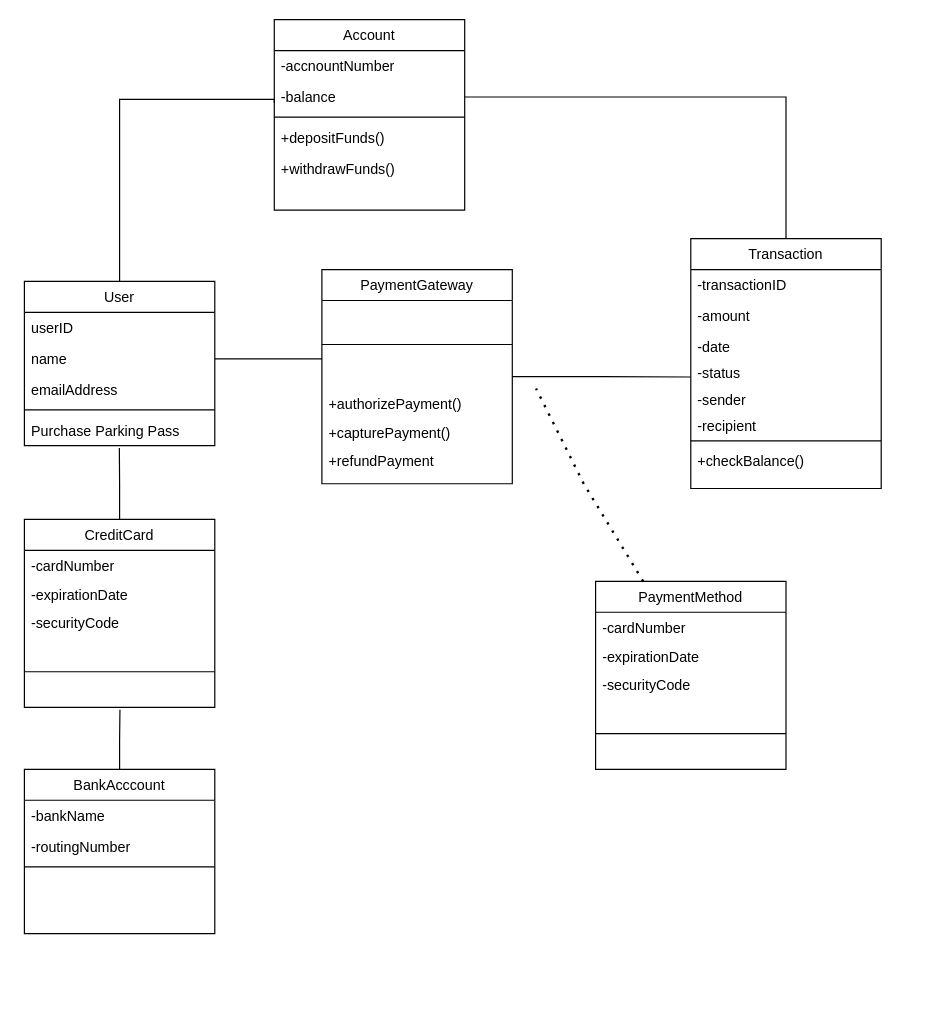
Before: designclassdiagram.drawio in LordDdanielHan/test, a draw.io diagram. Source tidied: cells renumbered, new cells numbered last; positions are measured from the earlier drawing's top-left corner, leaving out a move shared by most shapes. Both pictures are drawn from the tidied source at 119%, with x=0, y=0 at pixel (24, 19).
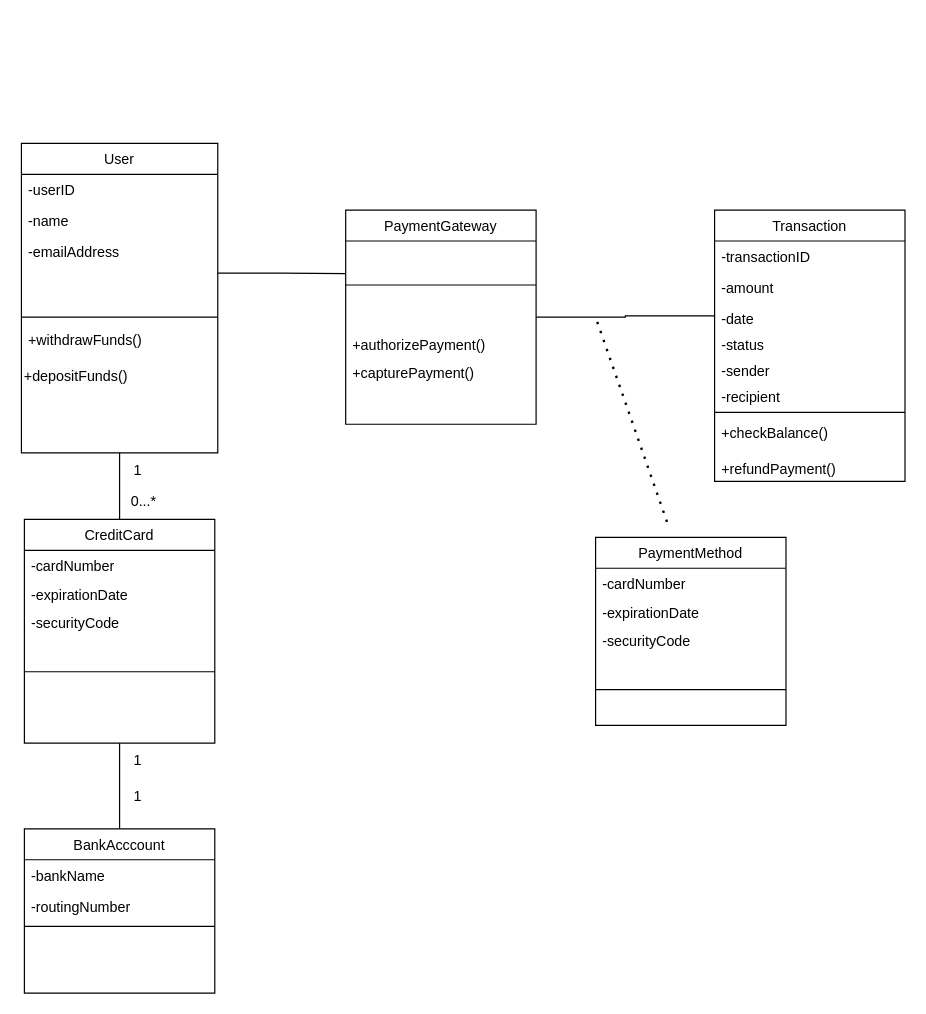
After the change.

Unchanged cells that the change refers to:
```xml
<mxCell id="30" value="-date&#10;" style="text;align=left;verticalAlign=top;spacingLeft=4;spacingRight=4;overflow=hidden;points=[[0,0.5],[1,0.5]];portConstraint=eastwest;rounded=0;shadow=0;html=0;" parent="27" vertex="1">
  <mxGeometry y="78" width="160" height="22" as="geometry" />
</mxCell>
<mxCell id="32" value="-sender" style="text;align=left;verticalAlign=top;spacingLeft=4;spacingRight=4;overflow=hidden;points=[[0,0.5],[1,0.5]];portConstraint=eastwest;rounded=0;shadow=0;html=0;" parent="27" vertex="1">
  <mxGeometry y="122" width="160" height="22" as="geometry" />
</mxCell>
```

What changed in the source:
```diff
@@
-    <mxCell id="2" style="edgeStyle=orthogonalEdgeStyle;rounded=0;jettySize=auto;html=1;exitX=0.5;exitY=0;exitDx=0;exitDy=0;entryX=0;entryY=0.692;entryDx=0;entryDy=0;entryPerimeter=0;endArrow=none;endFill=0;" parent="1" edge="1" source="3" target="23">
-      <mxGeometry relative="1" as="geometry">
-        <Array as="points">
-          <mxPoint x="80" y="67" />
-          <mxPoint x="210" y="67" />
-        </Array>
-      </mxGeometry>
-    </mxCell>
     <mxCell id="3" value="User" style="swimlane;fontStyle=0;align=center;verticalAlign=top;horizontal=1;startSize=26;rounded=0;shadow=0;strokeWidth=1;" parent="1" vertex="1">
-      <mxGeometry y="220" width="160" height="138" as="geometry" />
+      <mxGeometry x="-2.5" y="104" width="165" height="260" as="geometry" />
     </mxCell>
-    <mxCell id="4" value="userID" style="text;align=left;verticalAlign=top;spacingLeft=4;spacingRight=4;overflow=hidden;" parent="3" vertex="1">
-      <mxGeometry y="26" width="160" height="26" as="geometry" />
+    <mxCell id="4" value="-userID" style="text;align=left;verticalAlign=top;spacingLeft=4;spacingRight=4;overflow=hidden;" parent="3" vertex="1">
+      <mxGeometry y="26" width="165" height="26" as="geometry" />
     </mxCell>
-    <mxCell id="5" style="edgeStyle=orthogonalEdgeStyle;rounded=0;jettySize=auto;html=1;exitX=1;exitY=0.5;exitDx=0;exitDy=0;endArrow=none;endFill=0;" parent="3" edge="1" source="6">
-      <mxGeometry relative="1" as="geometry">
-        <mxPoint x="250" y="65" as="targetPoint" />
-      </mxGeometry>
-    </mxCell>
-    <mxCell id="6" value="name" style="text;align=left;verticalAlign=top;spacingLeft=4;spacingRight=4;overflow=hidden;points=[[0,0.5],[1,0.5]];portConstraint=eastwest;rounded=0;shadow=0;html=0;" parent="3" vertex="1">
-      <mxGeometry y="52" width="160" height="26" as="geometry" />
+    <mxCell id="6" value="-name" style="text;align=left;verticalAlign=top;spacingLeft=4;spacingRight=4;overflow=hidden;points=[[0,0.5],[1,0.5]];portConstraint=eastwest;rounded=0;shadow=0;html=0;" parent="3" vertex="1">
+      <mxGeometry y="52" width="165" height="26" as="geometry" />
     </mxCell>
+    <mxCell id="49" style="edgeStyle=orthogonalEdgeStyle;rounded=0;jettySize=auto;html=1;exitX=1;exitY=0.5;exitDx=0;exitDy=0;endArrow=none;endFill=0;" parent="3" edge="1" source="7">
+      <mxGeometry relative="1" as="geometry">
+        <mxPoint x="272.5" y="109.4" as="targetPoint" />
+      </mxGeometry>
+    </mxCell>
-    <mxCell id="7" value="emailAddress" style="text;align=left;verticalAlign=top;spacingLeft=4;spacingRight=4;overflow=hidden;points=[[0,0.5],[1,0.5]];portConstraint=eastwest;rounded=0;shadow=0;html=0;" parent="3" vertex="1">
-      <mxGeometry y="78" width="160" height="26" as="geometry" />
+    <mxCell id="7" value="-emailAddress&#10;" style="text;align=left;verticalAlign=top;spacingLeft=4;spacingRight=4;overflow=hidden;points=[[0,0.5],[1,0.5]];portConstraint=eastwest;rounded=0;shadow=0;html=0;" parent="3" vertex="1">
+      <mxGeometry y="78" width="165" height="62" as="geometry" />
     </mxCell>
     <mxCell id="8" style="line;html=1;strokeWidth=1;align=left;verticalAlign=middle;spacingTop=-1;spacingLeft=3;spacingRight=3;labelPosition=right;" parent="3" vertex="1">
-      <mxGeometry y="104" width="160" height="8" as="geometry" />
+      <mxGeometry y="140" width="165" height="12" as="geometry" />
     </mxCell>
-    <mxCell id="9" value="Purchase Parking Pass" style="text;align=left;verticalAlign=top;spacingLeft=4;spacingRight=4;overflow=hidden;" parent="3" vertex="1">
-      <mxGeometry y="112" width="160" height="26" as="geometry" />
-    </mxCell>
+    <mxCell id="26" value="+withdrawFunds()" style="text;align=left;verticalAlign=top;spacingLeft=4;spacingRight=4;overflow=hidden;" parent="3" vertex="1">
+      <mxGeometry y="152" width="165" height="30" as="geometry" />
+    </mxCell>
+    <mxCell id="25" value="&lt;span style=&quot;color: rgb(0, 0, 0); font-family: Helvetica; font-size: 12px; font-style: normal; font-variant-ligatures: normal; font-variant-caps: normal; font-weight: 400; letter-spacing: normal; orphans: 2; text-align: left; text-indent: 0px; text-transform: none; widows: 2; word-spacing: 0px; -webkit-text-stroke-width: 0px; white-space: nowrap; background-color: rgb(251, 251, 251); text-decoration-thickness: initial; text-decoration-style: initial; text-decoration-color: initial; display: inline !important; float: none;&quot;&gt;+depositFunds()&lt;/span&gt;" style="text;whiteSpace=wrap;html=1;" parent="3" vertex="1">
+      <mxGeometry y="182" width="165" height="78" as="geometry" />
+    </mxCell>
-    <mxCell id="10" style="edgeStyle=orthogonalEdgeStyle;rounded=0;jettySize=auto;html=1;exitX=0.5;exitY=0;exitDx=0;exitDy=0;endArrow=none;endFill=0;" parent="1" edge="1" source="11">
-      <mxGeometry relative="1" as="geometry">
-        <mxPoint x="80.3" y="580" as="targetPoint" />
-      </mxGeometry>
+    <mxCell id="10" style="edgeStyle=orthogonalEdgeStyle;rounded=0;jettySize=auto;html=1;exitX=0.5;exitY=0;exitDx=0;exitDy=0;endArrow=none;endFill=0;entryX=0.5;entryY=1;entryDx=0;entryDy=0;" parent="1" edge="1" source="11" target="16">
+      <mxGeometry relative="1" as="geometry" />
     </mxCell>
     <mxCell id="11" value="BankAcccount" style="swimlane;fontStyle=0;align=center;verticalAlign=top;horizontal=1;startSize=26;rounded=0;shadow=0;strokeWidth=1;" parent="1" vertex="1">
-      <mxGeometry y="630" width="160" height="138" as="geometry" />
+      <mxGeometry y="680" width="160" height="138" as="geometry" />
     </mxCell>
@@
-    <mxCell id="15" style="edgeStyle=orthogonalEdgeStyle;rounded=0;jettySize=auto;html=1;exitX=0.5;exitY=0;exitDx=0;exitDy=0;endArrow=none;endFill=0;" parent="1" edge="1" source="16">
-      <mxGeometry relative="1" as="geometry">
-        <mxPoint x="79.8" y="360" as="targetPoint" />
-      </mxGeometry>
+    <mxCell id="15" style="edgeStyle=orthogonalEdgeStyle;rounded=0;jettySize=auto;html=1;exitX=0.5;exitY=0;exitDx=0;exitDy=0;endArrow=none;endFill=0;entryX=0.5;entryY=1;entryDx=0;entryDy=0;" parent="1" edge="1" source="16" target="25">
+      <mxGeometry relative="1" as="geometry" />
     </mxCell>
     <mxCell id="16" value="CreditCard" style="swimlane;fontStyle=0;align=center;verticalAlign=top;horizontal=1;startSize=26;rounded=0;shadow=0;strokeWidth=1;" parent="1" vertex="1">
-      <mxGeometry y="420" width="160" height="158" as="geometry" />
+      <mxGeometry y="420" width="160" height="188" as="geometry" />
     </mxCell>
@@
-    <mxCell id="21" value="Account" style="swimlane;fontStyle=0;align=center;verticalAlign=top;horizontal=1;startSize=26;rounded=0;shadow=0;strokeWidth=1;" parent="1" vertex="1">
-      <mxGeometry x="210" width="160" height="160" as="geometry" />
-    </mxCell>
-    <mxCell id="22" value="-accnountNumber" style="text;align=left;verticalAlign=top;spacingLeft=4;spacingRight=4;overflow=hidden;" parent="21" vertex="1">
-      <mxGeometry y="26" width="160" height="26" as="geometry" />
-    </mxCell>
-    <mxCell id="23" value="-balance" style="text;align=left;verticalAlign=top;spacingLeft=4;spacingRight=4;overflow=hidden;points=[[0,0.5],[1,0.5]];portConstraint=eastwest;rounded=0;shadow=0;html=0;" parent="21" vertex="1">
-      <mxGeometry y="52" width="160" height="26" as="geometry" />
-    </mxCell>
-    <mxCell id="24" style="line;html=1;strokeWidth=1;align=left;verticalAlign=middle;spacingTop=-1;spacingLeft=3;spacingRight=3;labelPosition=right;" parent="21" vertex="1">
-      <mxGeometry y="78" width="160" height="8" as="geometry" />
-    </mxCell>
-    <mxCell id="25" value="+depositFunds()" style="text;align=left;verticalAlign=top;spacingLeft=4;spacingRight=4;overflow=hidden;points=[[0,0.5],[1,0.5]];portConstraint=eastwest;" parent="21" vertex="1">
-      <mxGeometry y="86" width="160" height="26" as="geometry" />
-    </mxCell>
-    <mxCell id="26" value="+withdrawFunds()" style="text;align=left;verticalAlign=top;spacingLeft=4;spacingRight=4;overflow=hidden;" parent="21" vertex="1">
-      <mxGeometry y="112" width="160" height="30" as="geometry" />
-    </mxCell>
     <mxCell id="27" value="Transaction" style="swimlane;fontStyle=0;align=center;verticalAlign=top;horizontal=1;startSize=26;rounded=0;shadow=0;strokeWidth=1;" parent="1" vertex="1">
-      <mxGeometry x="560" y="184" width="160" height="210" as="geometry" />
+      <mxGeometry x="580" y="160" width="160" height="228" as="geometry" />
     </mxCell>
@@
+    <mxCell id="50" value="+refundPayment()" style="text;align=left;verticalAlign=top;spacingLeft=4;spacingRight=4;overflow=hidden;" parent="27" vertex="1">
+      <mxGeometry y="204" width="160" height="24" as="geometry" />
+    </mxCell>
     <mxCell id="36" value="PaymentMethod" style="swimlane;fontStyle=0;align=center;verticalAlign=top;horizontal=1;startSize=26;rounded=0;shadow=0;strokeWidth=1;" parent="1" vertex="1">
-      <mxGeometry x="480" y="472" width="160" height="158" as="geometry" />
+      <mxGeometry x="480" y="435" width="160" height="158" as="geometry" />
     </mxCell>
@@
+    <mxCell id="51" style="edgeStyle=orthogonalEdgeStyle;rounded=0;jettySize=auto;html=1;exitX=1;exitY=0.5;exitDx=0;exitDy=0;entryX=0;entryY=0.5;entryDx=0;entryDy=0;endArrow=none;endFill=0;" parent="1" edge="1" source="41" target="30">
+      <mxGeometry relative="1" as="geometry" />
+    </mxCell>
     <mxCell id="41" value="PaymentGateway" style="swimlane;fontStyle=0;align=center;verticalAlign=top;horizontal=1;startSize=26;rounded=0;shadow=0;strokeWidth=1;" parent="1" vertex="1">
-      <mxGeometry x="250" y="210" width="160" height="180" as="geometry" />
+      <mxGeometry x="270" y="160" width="160" height="180" as="geometry" />
     </mxCell>
@@
-    <mxCell id="45" value="+refundPayment" style="text;align=left;verticalAlign=top;spacingLeft=4;spacingRight=4;overflow=hidden;" parent="41" vertex="1">
-      <mxGeometry y="148" width="160" height="24" as="geometry" />
-    </mxCell>
-    <mxCell id="46" style="endArrow=none;dashed=1;html=1;dashPattern=1 3;strokeWidth=2;rounded=0;exitX=0.25;exitY=0;exitDx=0;exitDy=0;" parent="1" edge="1" source="36">
+    <mxCell id="46" style="endArrow=none;dashed=1;html=1;dashPattern=1 3;strokeWidth=2;rounded=0;exitX=0.25;exitY=0;exitDx=0;exitDy=0;" parent="1" edge="1">
       <mxGeometry relative="1" as="geometry">
-        <mxPoint x="430" y="310" as="targetPoint" />
-        <Array as="points">
-          <mxPoint x="470" y="390" />
-        </Array>
+        <mxPoint x="540" y="422" as="sourcePoint" />
+        <mxPoint x="480" y="250" as="targetPoint" />
       </mxGeometry>
     </mxCell>
-    <mxCell id="47" style="edgeStyle=orthogonalEdgeStyle;rounded=0;jettySize=auto;html=1;exitX=1;exitY=0.5;exitDx=0;exitDy=0;entryX=0.5;entryY=0;entryDx=0;entryDy=0;endArrow=none;endFill=0;" parent="1" edge="1" source="23" target="27">
-      <mxGeometry relative="1" as="geometry" />
-    </mxCell>
-    <mxCell id="48" style="edgeStyle=orthogonalEdgeStyle;rounded=0;jettySize=auto;html=1;exitX=1;exitY=0.5;exitDx=0;exitDy=0;entryX=0;entryY=-0.258;entryDx=0;entryDy=0;entryPerimeter=0;endArrow=none;endFill=0;" parent="1" edge="1" source="41" target="32">
-      <mxGeometry relative="1" as="geometry" />
-    </mxCell>
+    <mxCell id="52" value="1" style="text;html=1;align=center;verticalAlign=middle;strokeColor=none;fillColor=none;" parent="1" vertex="1">
+      <mxGeometry x="80" y="364" width="30" height="30" as="geometry" />
+    </mxCell>
+    <mxCell id="53" value="0...*" style="text;html=1;align=center;verticalAlign=middle;strokeColor=none;fillColor=none;" parent="1" vertex="1">
+      <mxGeometry x="80" y="390" width="40" height="30" as="geometry" />
+    </mxCell>
+    <mxCell id="54" value="1" style="text;html=1;align=center;verticalAlign=middle;strokeColor=none;fillColor=none;" parent="1" vertex="1">
+      <mxGeometry x="80" y="608" width="30" height="30" as="geometry" />
+    </mxCell>
+    <mxCell id="55" value="1" style="text;html=1;align=center;verticalAlign=middle;strokeColor=none;fillColor=none;" parent="1" vertex="1">
+      <mxGeometry x="80" y="638" width="30" height="30" as="geometry" />
+    </mxCell>
```
